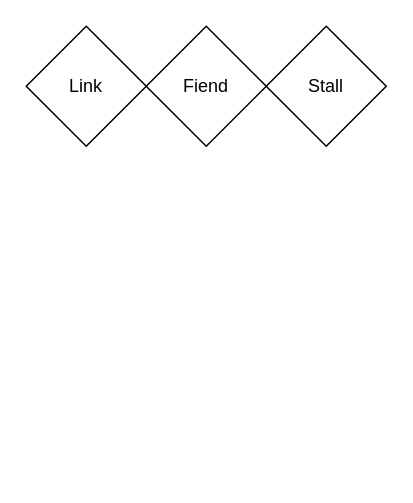
valenwave/Drawio keeps this draw.io diagram as page "Live Twin" (5 of 7) of MasterDuel/Archetype.drawio. Above is the earlier version. Source tidied: cells renumbered, new cells numbered last; positions are measured from the earlier drawing's top-left corner, leaving out a move shared by most shapes. Both pictures are drawn from the tidied source at 150%, with x=0, y=0 at pixel (26, 26).
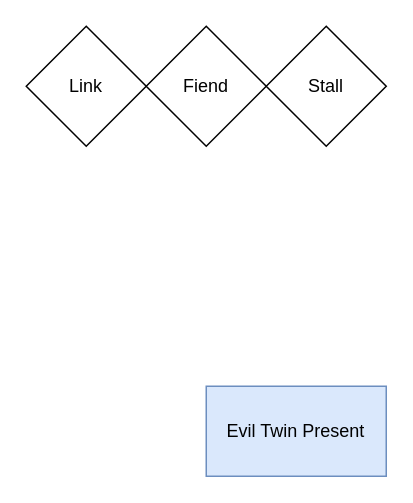
Above is the later version.

Change to the diagram source:
```diff
@@
 <mxGraphModel>
   <root>
     <mxCell id="0" />
     <mxCell id="1" parent="0" />
     <mxCell id="2" value="Link" style="rhombus;whiteSpace=wrap;html=1;" parent="1" vertex="1">
       <mxGeometry width="80" height="80" as="geometry" />
     </mxCell>
     <mxCell id="3" value="Fiend" style="rhombus;whiteSpace=wrap;html=1;" parent="1" vertex="1">
       <mxGeometry x="80" width="80" height="80" as="geometry" />
     </mxCell>
     <mxCell id="4" value="Stall" style="rhombus;whiteSpace=wrap;html=1;" parent="1" vertex="1">
       <mxGeometry x="160" width="80" height="80" as="geometry" />
     </mxCell>
+    <mxCell id="5" value="Evil Twin Present" style="whiteSpace=wrap;html=1;fillColor=#dae8fc;strokeColor=#6c8ebf;" parent="1" vertex="1">
+      <mxGeometry x="120" y="240" width="120" height="60" as="geometry" />
+    </mxCell>
   </root>
 </mxGraphModel>
```
